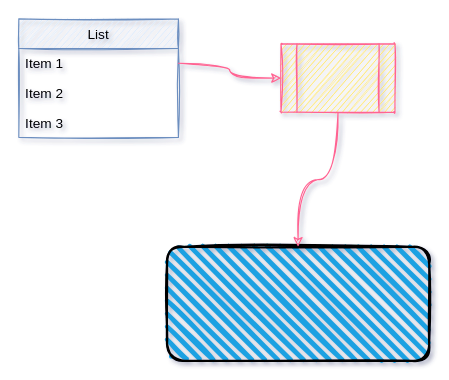
The draw.io diagram Untitled Diagram.drawio in imanchado/hello-world, before the edit. Source tidied: cells renumbered, new cells numbered last; positions are measured from the earlier drawing's top-left corner, leaving out a move shared by most shapes. Both pictures are drawn from the tidied source at 114%, with x=0, y=0 at pixel (18, 18).
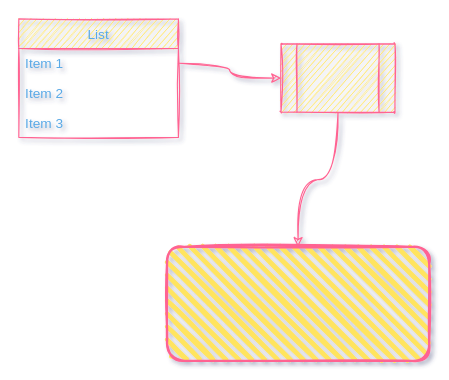
Above is the later version.

Change to the diagram source:
```diff
@@
 <mxGraphModel shadow="1">
   <root>
     <mxCell id="0" />
     <mxCell id="1" parent="0" />
-    <mxCell id="2" style="rounded=1;whiteSpace=wrap;html=1;strokeWidth=2;fillWeight=4;hachureGap=8;hachureAngle=45;fillColor=#1ba1e2;sketch=1;fontColor=#5AA9E6;" parent="1" vertex="1">
+    <mxCell id="2" style="rounded=1;whiteSpace=wrap;html=1;strokeWidth=2;fillWeight=4;hachureGap=8;hachureAngle=45;fillColor=#FFE45E;sketch=1;fontColor=#5AA9E6;strokeColor=#FF6392;" parent="1" vertex="1">
       <mxGeometry x="130" y="200" width="230" height="100" as="geometry" />
     </mxCell>
-    <mxCell id="3" value="List" style="swimlane;fontStyle=0;horizontal=1;startSize=26;fillColor=#dae8fc;rounded=0;sketch=1;strokeColor=#6c8ebf;swimlaneFillColor=none;" parent="1" vertex="1">
+    <mxCell id="3" value="List" style="swimlane;fontStyle=0;horizontal=1;startSize=26;fillColor=#FFE45E;rounded=0;sketch=1;strokeColor=#FF6392;swimlaneFillColor=none;fontColor=#5AA9E6;" parent="1" vertex="1">
       <mxGeometry width="140" height="104" as="geometry" />
     </mxCell>
-    <mxCell id="4" value="Item 1" style="text;strokeColor=none;fillColor=none;align=left;verticalAlign=top;spacingLeft=4;spacingRight=4;overflow=hidden;points=[[0,0.5],[1,0.5]];portConstraint=eastwest;" parent="3" vertex="1">
+    <mxCell id="4" value="Item 1" style="text;strokeColor=none;fillColor=none;align=left;verticalAlign=top;spacingLeft=4;spacingRight=4;overflow=hidden;points=[[0,0.5],[1,0.5]];portConstraint=eastwest;fontColor=#5AA9E6;" parent="3" vertex="1">
       <mxGeometry y="26" width="140" height="26" as="geometry" />
     </mxCell>
-    <mxCell id="5" value="Item 2" style="text;strokeColor=none;fillColor=none;align=left;verticalAlign=top;spacingLeft=4;spacingRight=4;overflow=hidden;" parent="3" vertex="1">
+    <mxCell id="5" value="Item 2" style="text;strokeColor=none;fillColor=none;align=left;verticalAlign=top;spacingLeft=4;spacingRight=4;overflow=hidden;fontColor=#5AA9E6;" parent="3" vertex="1">
       <mxGeometry y="52" width="140" height="26" as="geometry" />
     </mxCell>
-    <mxCell id="6" value="Item 3" style="text;strokeColor=none;fillColor=none;align=left;verticalAlign=top;spacingLeft=4;spacingRight=4;overflow=hidden;" parent="3" vertex="1">
+    <mxCell id="6" value="Item 3" style="text;strokeColor=none;fillColor=none;align=left;verticalAlign=top;spacingLeft=4;spacingRight=4;overflow=hidden;fontColor=#5AA9E6;" parent="3" vertex="1">
       <mxGeometry y="78" width="140" height="26" as="geometry" />
     </mxCell>
     <mxCell id="7" style="edgeStyle=orthogonalEdgeStyle;curved=1;rounded=1;sketch=1;jettySize=auto;html=1;strokeColor=#FF6392;fillColor=#FFE45E;fontColor=#5AA9E6;" parent="1" edge="1" source="8" target="2">
       <mxGeometry relative="1" as="geometry" />
     </mxCell>
-    <mxCell id="8" style="verticalLabelPosition=bottom;verticalAlign=top;html=1;shape=process;whiteSpace=wrap;rounded=1;size=0.14;arcSize=0;sketch=1;strokeColor=#FF6392;fillColor=#FFE45E;gradientColor=none;fontColor=#5AA9E6;" parent="1" vertex="1">
+    <mxCell id="8" style="verticalLabelPosition=bottom;verticalAlign=top;html=1;shape=process;whiteSpace=wrap;rounded=1;size=0.14;arcSize=0;sketch=1;strokeColor=#FF6392;fillColor=#FFE45E;fontColor=#5AA9E6;" parent="1" vertex="1">
       <mxGeometry x="230" y="22" width="100" height="60" as="geometry" />
     </mxCell>
     <mxCell id="9" style="edgeStyle=orthogonalEdgeStyle;curved=1;rounded=1;sketch=1;jettySize=auto;html=1;strokeColor=#FF6392;fillColor=#FFE45E;fontColor=#5AA9E6;" parent="1" edge="1" source="4" target="8">
       <mxGeometry relative="1" as="geometry" />
     </mxCell>
   </root>
 </mxGraphModel>
```
